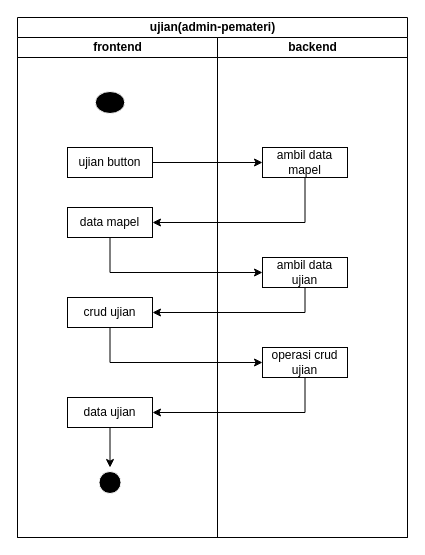
Earlier version of the draw.io diagram activity/ujian_admin_pemateri.drawio (fuatanshori/flowchart). Source tidied: cells renumbered, new cells numbered last; positions are measured from the earlier drawing's top-left corner, leaving out a move shared by most shapes. Both pictures are drawn from the tidied source at 100%, with x=0, y=0 at pixel (17, 17).
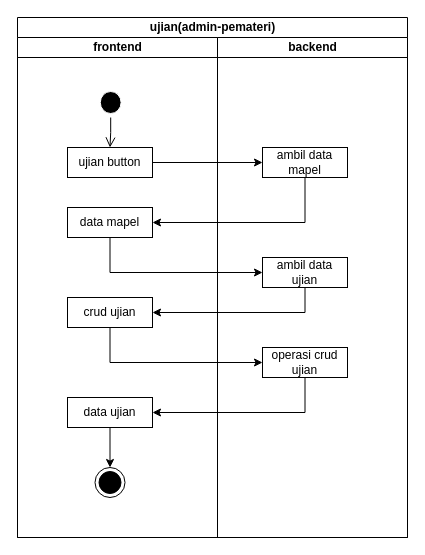
The same diagram, later.

Unchanged cells that the change refers to:
```xml
<mxCell id="3" value="frontend" style="swimlane;startSize=20;html=1;" parent="2" vertex="1">
  <mxGeometry y="20" width="200" height="500" as="geometry" />
</mxCell>
```

The edit, as a diff of the source:
```diff
@@
     <mxCell id="4" style="ellipse;html=1;shape=startState;fillColor=#000000;strokeColor=#FFFFFF;" parent="3" vertex="1">
-      <mxGeometry x="73.8" y="50" width="37.5" height="30" as="geometry" />
+      <mxGeometry x="78.8" y="50" width="28.8" height="30" as="geometry" />
     </mxCell>
-    <mxCell id="5" style="edgeStyle=orthogonalEdgeStyle;html=1;verticalAlign=bottom;endArrow=open;endSize=8;strokeColor=#FFFFFF;rounded=0;" parent="3" edge="1" source="4">
+    <mxCell id="5" style="edgeStyle=orthogonalEdgeStyle;html=1;verticalAlign=bottom;endArrow=open;endSize=8;strokeColor=#000000;rounded=0;" parent="3" edge="1" source="4">
       <mxGeometry relative="1" as="geometry">
         <mxPoint x="92.5" y="110" as="targetPoint" />
       </mxGeometry>
     </mxCell>
@@
-    <mxCell id="9" style="ellipse;html=1;shape=endState;fillColor=#000000;strokeColor=#ffffff;" parent="3" vertex="1">
+    <mxCell id="9" style="ellipse;html=1;shape=endState;fillColor=#000000;strokeColor=#000000;" parent="3" vertex="1">
       <mxGeometry x="77.5" y="430" width="30" height="30" as="geometry" />
     </mxCell>
```
